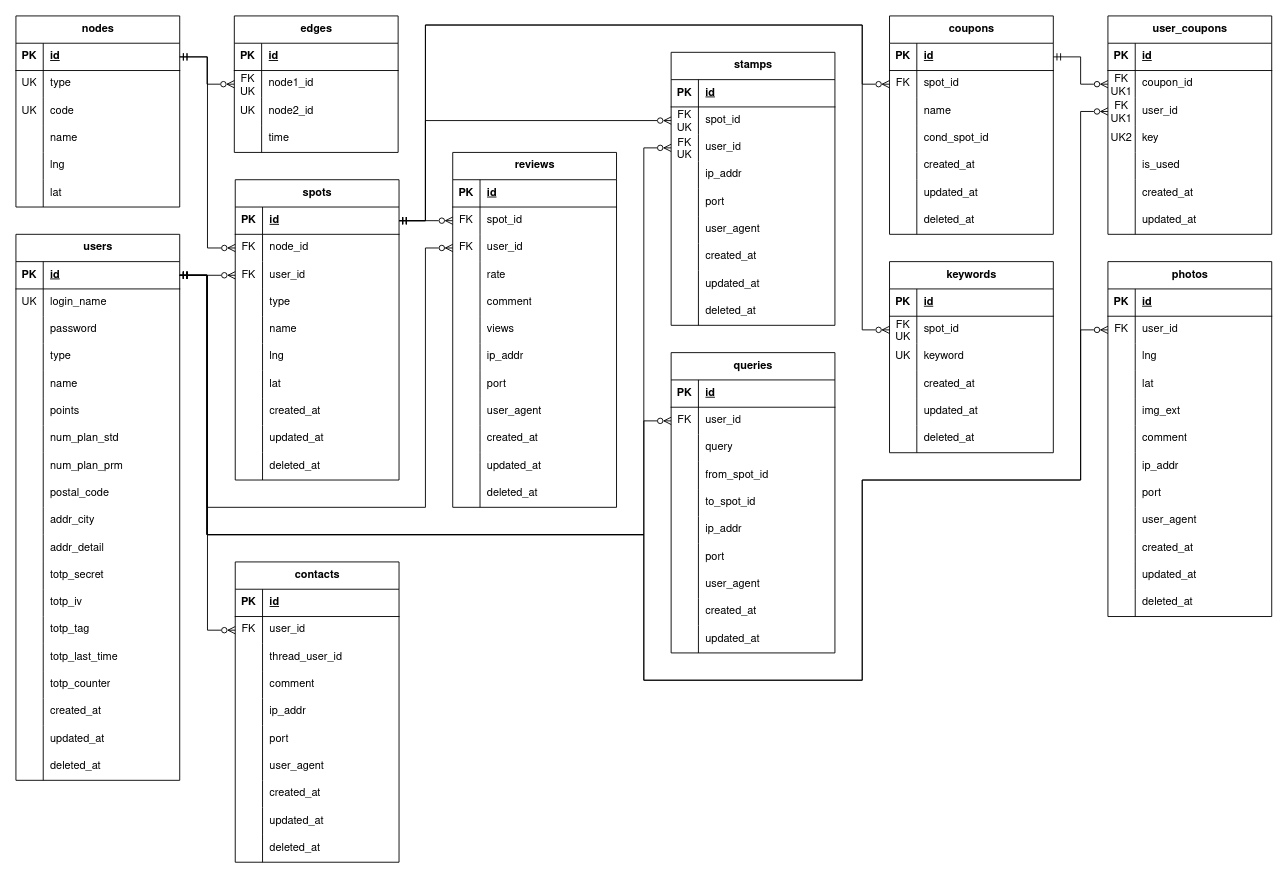
Earlier version of the draw.io diagram docs/figure/gaibu-er.drawio (r02092/se2025). Source tidied: cells renumbered, new cells numbered last; positions are measured from the earlier drawing's top-left corner, leaving out a move shared by most shapes. Both pictures are drawn from the tidied source at 91%, with x=0, y=0 at pixel (15, 15).
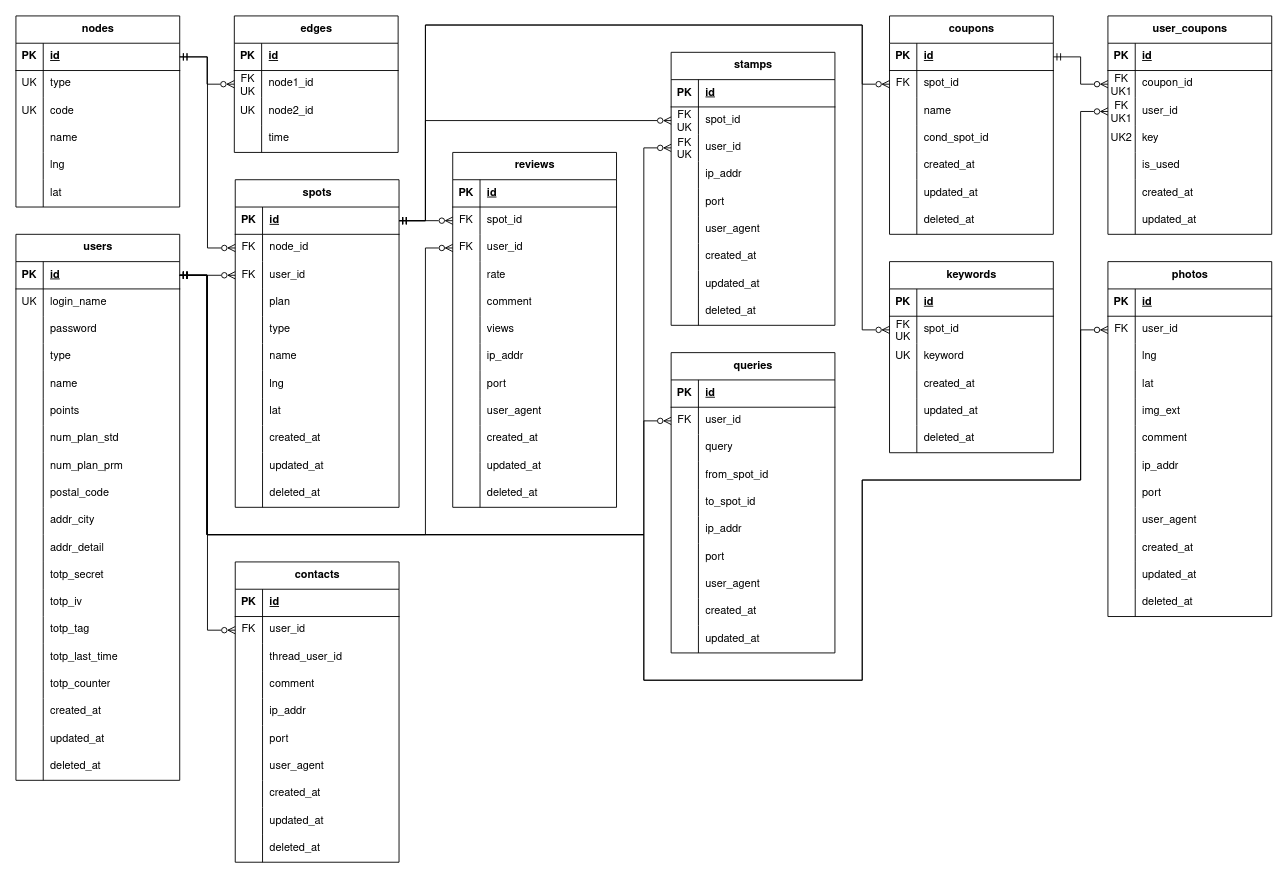
The same page after the edit.

The change refers to these unchanged cells:
```xml
<mxCell id="68" style="shape=tableRow;horizontal=0;startSize=0;swimlaneHead=0;swimlaneBody=0;fillColor=none;points=[[0,0.5],[1,0.5]];portConstraint=eastwest;top=0;left=0;right=0;bottom=1;fontFamily=Nimbus Sans;" parent="67" vertex="1">
  <mxGeometry y="30" width="180" height="30" as="geometry" />
</mxCell>
<mxCell id="132" style="shape=tableRow;horizontal=0;startSize=0;swimlaneHead=0;swimlaneBody=0;fillColor=none;points=[[0,0.5],[1,0.5]];portConstraint=eastwest;top=0;left=0;right=0;bottom=0;fontFamily=Nimbus Sans;" parent="125" vertex="1">
  <mxGeometry y="90" width="180" height="30" as="geometry" />
</mxCell>
```

What changed in the source:
```diff
@@
     <mxCell id="35" value="spots" style="shape=table;startSize=30;childLayout=tableLayout;rowLines=0;fontStyle=1;align=center;html=1;fontFamily=Nimbus Sans;" parent="1" vertex="1">
-      <mxGeometry x="241" y="180" width="180" height="330" as="geometry" />
+      <mxGeometry x="241" y="180" width="180" height="360" as="geometry" />
     </mxCell>
@@
+    <mxCell id="364" style="shape=tableRow;horizontal=0;startSize=0;swimlaneHead=0;swimlaneBody=0;fillColor=none;top=0;left=0;right=0;bottom=0;fontFamily=Nimbus Sans;" parent="35" vertex="1">
+      <mxGeometry y="120" width="180" height="30" as="geometry" />
+    </mxCell>
+    <mxCell id="365" style="shape=partialRectangle;fillColor=none;top=0;left=0;bottom=0;right=0;overflow=hidden;whiteSpace=wrap;html=1;fontFamily=Nimbus Sans;" parent="364" vertex="1">
+      <mxGeometry width="30" height="30" as="geometry" />
+    </mxCell>
+    <mxCell id="366" value="plan" style="shape=partialRectangle;fillColor=none;top=0;left=0;bottom=0;right=0;align=left;spacingLeft=6;overflow=hidden;whiteSpace=wrap;html=1;fontFamily=Nimbus Sans;" parent="364" vertex="1">
+      <mxGeometry x="30" width="150" height="30" as="geometry" />
+    </mxCell>
     <mxCell id="45" style="shape=tableRow;horizontal=0;startSize=0;swimlaneHead=0;swimlaneBody=0;fillColor=none;top=0;left=0;right=0;bottom=0;fontFamily=Nimbus Sans;" parent="35" vertex="1">
-      <mxGeometry y="120" width="180" height="30" as="geometry" />
+      <mxGeometry y="150" width="180" height="30" as="geometry" />
     </mxCell>
@@
     <mxCell id="48" style="shape=tableRow;horizontal=0;startSize=0;swimlaneHead=0;swimlaneBody=0;fillColor=none;top=0;left=0;right=0;bottom=0;fontFamily=Nimbus Sans;" parent="35" vertex="1">
-      <mxGeometry y="150" width="180" height="30" as="geometry" />
+      <mxGeometry y="180" width="180" height="30" as="geometry" />
     </mxCell>
@@
     <mxCell id="51" style="shape=tableRow;horizontal=0;startSize=0;swimlaneHead=0;swimlaneBody=0;fillColor=none;top=0;left=0;right=0;bottom=0;fontFamily=Nimbus Sans;" parent="35" vertex="1">
-      <mxGeometry y="180" width="180" height="30" as="geometry" />
+      <mxGeometry y="210" width="180" height="30" as="geometry" />
     </mxCell>
@@
     <mxCell id="54" style="shape=tableRow;horizontal=0;startSize=0;swimlaneHead=0;swimlaneBody=0;fillColor=none;top=0;left=0;right=0;bottom=0;fontFamily=Nimbus Sans;" parent="35" vertex="1">
-      <mxGeometry y="210" width="180" height="30" as="geometry" />
+      <mxGeometry y="240" width="180" height="30" as="geometry" />
     </mxCell>
@@
     <mxCell id="57" style="shape=tableRow;horizontal=0;startSize=0;swimlaneHead=0;swimlaneBody=0;fillColor=none;top=0;left=0;right=0;bottom=0;fontFamily=Nimbus Sans;" parent="35" vertex="1">
-      <mxGeometry y="240" width="180" height="30" as="geometry" />
+      <mxGeometry y="270" width="180" height="30" as="geometry" />
     </mxCell>
@@
     <mxCell id="60" style="shape=tableRow;horizontal=0;startSize=0;swimlaneHead=0;swimlaneBody=0;fillColor=none;top=0;left=0;right=0;bottom=0;fontFamily=Nimbus Sans;" parent="35" vertex="1">
-      <mxGeometry y="270" width="180" height="30" as="geometry" />
+      <mxGeometry y="300" width="180" height="30" as="geometry" />
     </mxCell>
@@
     <mxCell id="63" style="shape=tableRow;horizontal=0;startSize=0;swimlaneHead=0;swimlaneBody=0;fillColor=none;top=0;left=0;right=0;bottom=0;fontFamily=Nimbus Sans;" parent="35" vertex="1">
-      <mxGeometry y="300" width="180" height="30" as="geometry" />
+      <mxGeometry y="330" width="180" height="30" as="geometry" />
     </mxCell>
@@
     <mxCell id="231" style="edgeStyle=orthogonalEdgeStyle;rounded=0;jettySize=auto;html=1;exitX=1;exitY=0.5;exitDx=0;exitDy=0;entryX=0;entryY=0.5;entryDx=0;entryDy=0;startArrow=ERmandOne;startFill=0;endArrow=ERzeroToMany;endFill=0;" parent="1" edge="1" source="68" target="132">
       <mxGeometry relative="1" as="geometry">
         <Array as="points">
           <mxPoint x="210" y="285" />
-          <mxPoint x="210" y="540" />
-          <mxPoint x="450" y="540" />
+          <mxPoint x="210" y="570" />
+          <mxPoint x="450" y="570" />
           <mxPoint x="450" y="255" />
         </Array>
       </mxGeometry>
     </mxCell>
```
